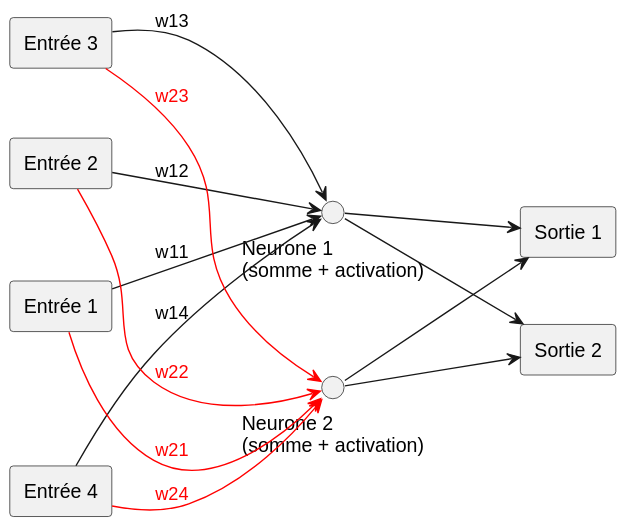
gandalf-the-white/azuma keeps this PlantUML diagram as datas/diagram.svg. Above is the earlier version.
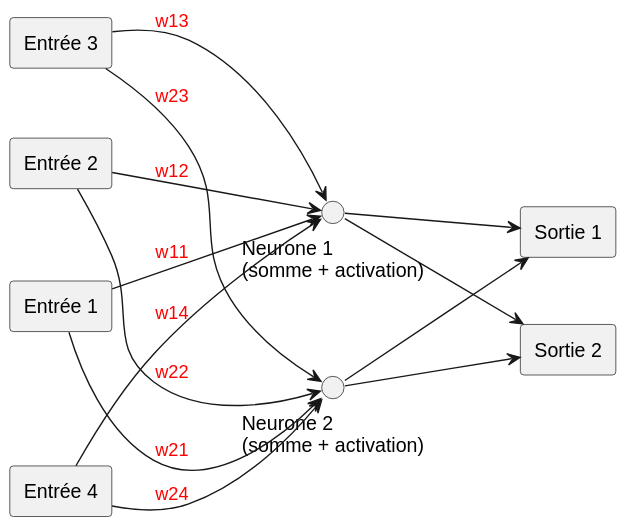
After the change.

The edit, as a diff of the source:
```diff
@@ -15,15 +15,15 @@
 rectangle "Sortie 1" as output1
 rectangle "Sortie 2" as output2
 
-input1 --> hidden1 : w11
-input2 --> hidden1 : w12
-input3 --> hidden1 : w13
-input4 --> hidden1 : w14
+input1 --> hidden1 #text:red : w11
+input2 --> hidden1 #text:red : w12
+input3 --> hidden1 #text:red : w13
+input4 --> hidden1 #text:red : w14
 
-input1 --> hidden2 #red;text:red : w21
-input2 --> hidden2 #red;text:red : w22
-input3 --> hidden2 #red;text:red : w23
-input4 --> hidden2 #red;text:red : w24
+input1 --> hidden2 #text:red : w21
+input2 --> hidden2 #text:red : w22
+input3 --> hidden2 #text:red : w23
+input4 --> hidden2 #text:red : w24
 
 hidden1 --> output1
 hidden2 --> output1
```
